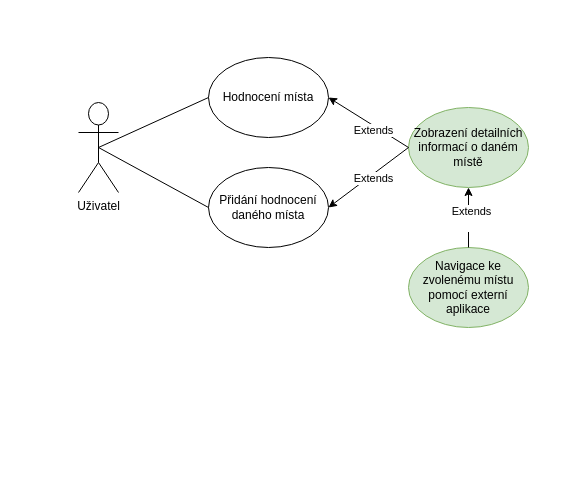
euroklicenka/euroklicenka keeps this draw.io diagram as Diagramy/EuroKlíčenka - Use Case - Hodnocení míst.drawio. Above is the earlier version. Source tidied: cells renumbered, new cells numbered last; positions are measured from the earlier drawing's top-left corner, leaving out a move shared by most shapes. Both pictures are drawn from the tidied source at 100%, with x=0, y=0 at pixel (78, 57).
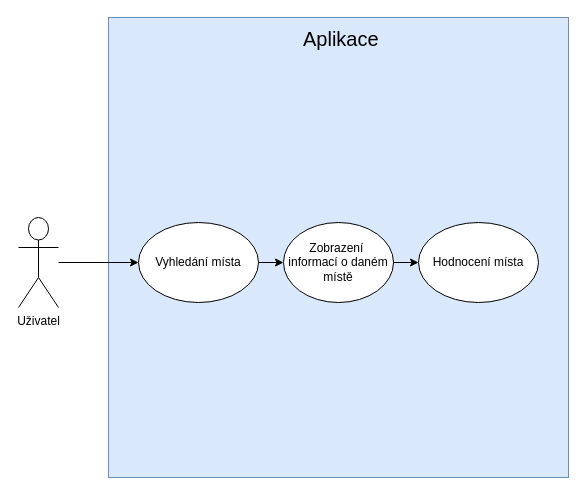
Above is the later version.

Diff of the diagram source:
```diff
@@
 <mxGraphModel>
   <root>
     <mxCell id="0" />
     <mxCell id="1" parent="0" />
+    <mxCell id="15" style="whiteSpace=wrap;html=1;fillColor=#dae8fc;strokeColor=#6c8ebf;" parent="1" vertex="1">
+      <mxGeometry x="30" y="-40" width="460" height="460" as="geometry" />
+    </mxCell>
+    <mxCell id="16" style="edgeStyle=orthogonalEdgeStyle;rounded=0;jettySize=auto;html=1;entryX=0;entryY=0.5;entryDx=0;entryDy=0;" parent="1" edge="1" source="2" target="17">
+      <mxGeometry relative="1" as="geometry" />
+    </mxCell>
     <mxCell id="2" value="Uživatel" style="shape=umlActor;verticalLabelPosition=bottom;verticalAlign=top;html=1;outlineConnect=0;" parent="1" vertex="1">
-      <mxGeometry y="45" width="40" height="90" as="geometry" />
+      <mxGeometry x="-60" y="160" width="40" height="90" as="geometry" />
     </mxCell>
+    <mxCell id="5" value="&lt;div&gt;Zobrazení&amp;nbsp; informací o daném místě&lt;/div&gt;" style="ellipse;whiteSpace=wrap;html=1;" parent="1" vertex="1">
+      <mxGeometry x="205" y="165" width="110" height="80" as="geometry" />
+    </mxCell>
+    <mxCell id="17" value="Vyhledání místa" style="ellipse;whiteSpace=wrap;html=1;" parent="1" vertex="1">
+      <mxGeometry x="60" y="165" width="120" height="80" as="geometry" />
+    </mxCell>
+    <mxCell id="18" value="&lt;font style=&quot;font-size: 20px;&quot;&gt;Aplikace&lt;/font&gt;" style="text;html=1;strokeColor=none;fillColor=none;spacing=5;spacingTop=-20;whiteSpace=wrap;overflow=hidden;rounded=0;" parent="1" vertex="1">
+      <mxGeometry x="220" y="-20" width="100" height="20" as="geometry" />
+    </mxCell>
+    <mxCell id="19" style="endArrow=classic;html=1;rounded=0;entryX=0;entryY=0.5;entryDx=0;entryDy=0;exitX=1;exitY=0.5;exitDx=0;exitDy=0;" parent="1" edge="1" source="17" target="5">
+      <mxGeometry relative="1" as="geometry" />
+    </mxCell>
+    <mxCell id="9" style="endArrow=classic;html=1;rounded=0;entryX=0;entryY=0.5;entryDx=0;entryDy=0;exitX=1;exitY=0.5;exitDx=0;exitDy=0;" parent="1" edge="1" source="5" target="3">
+      <mxGeometry relative="1" as="geometry" />
+    </mxCell>
     <mxCell id="3" value="Hodnocení místa" style="ellipse;whiteSpace=wrap;html=1;" parent="1" vertex="1">
-      <mxGeometry x="130" width="120" height="80" as="geometry" />
+      <mxGeometry x="340" y="165" width="120" height="80" as="geometry" />
     </mxCell>
-    <mxCell id="4" value="Přidání hodnocení daného místa" style="ellipse;whiteSpace=wrap;html=1;" parent="1" vertex="1">
-      <mxGeometry x="130" y="110" width="120" height="80" as="geometry" />
-    </mxCell>
-    <mxCell id="5" value="Zobrazení detailních informací o daném místě" style="ellipse;whiteSpace=wrap;html=1;fillColor=#d5e8d4;strokeColor=#82b366;" parent="1" vertex="1">
-      <mxGeometry x="330" y="50" width="120" height="80" as="geometry" />
-    </mxCell>
-    <mxCell id="6" value="Navigace ke zvolenému místu pomocí externí aplikace" style="ellipse;whiteSpace=wrap;html=1;fillColor=#d5e8d4;strokeColor=#82b366;" parent="1" vertex="1">
-      <mxGeometry x="330" y="190" width="120" height="80" as="geometry" />
-    </mxCell>
-    <mxCell id="7" style="endArrow=none;html=1;rounded=0;exitX=0.5;exitY=0.5;exitDx=0;exitDy=0;exitPerimeter=0;entryX=0;entryY=0.5;entryDx=0;entryDy=0;" parent="1" edge="1" source="2" target="3">
-      <mxGeometry relative="1" as="geometry" />
-    </mxCell>
-    <mxCell id="8" style="endArrow=none;html=1;rounded=0;exitX=0.5;exitY=0.5;exitDx=0;exitDy=0;exitPerimeter=0;entryX=0;entryY=0.5;entryDx=0;entryDy=0;" parent="1" edge="1" source="2" target="4">
-      <mxGeometry relative="1" as="geometry" />
-    </mxCell>
-    <mxCell id="9" style="endArrow=classic;html=1;rounded=0;entryX=1;entryY=0.5;entryDx=0;entryDy=0;exitX=0;exitY=0.5;exitDx=0;exitDy=0;" parent="1" edge="1" source="5" target="3">
-      <mxGeometry relative="1" as="geometry" />
-    </mxCell>
-    <mxCell id="10" value="Extends" style="edgeLabel;html=1;align=center;verticalAlign=middle;" parent="9" vertex="1">
-      <mxGeometry x="-0.18" y="4" relative="1" as="geometry" />
-    </mxCell>
-    <mxCell id="11" style="endArrow=classic;html=1;rounded=0;exitX=0;exitY=0.5;exitDx=0;exitDy=0;entryX=1;entryY=0.5;entryDx=0;entryDy=0;" parent="1" edge="1" source="5" target="4">
-      <mxGeometry relative="1" as="geometry" />
-    </mxCell>
-    <mxCell id="12" value="Extends" style="edgeLabel;html=1;align=center;verticalAlign=middle;" parent="11" vertex="1">
-      <mxGeometry x="-0.12" y="7" relative="1" as="geometry">
-        <mxPoint x="-5" y="-2" as="offset" />
-      </mxGeometry>
-    </mxCell>
-    <mxCell id="13" style="endArrow=classic;html=1;rounded=0;entryX=0.5;entryY=1;entryDx=0;entryDy=0;exitX=0.5;exitY=0;exitDx=0;exitDy=0;" parent="1" edge="1" source="6" target="5">
-      <mxGeometry relative="1" as="geometry" />
-    </mxCell>
-    <mxCell id="14" value="&lt;div&gt;Extends&lt;/div&gt;&lt;div&gt;&lt;br&gt;&lt;/div&gt;" style="edgeLabel;html=1;align=center;verticalAlign=middle;" parent="13" vertex="1">
-      <mxGeometry y="-2" relative="1" as="geometry" />
-    </mxCell>
+    <mxCell id="20" style="edgeStyle=orthogonalEdgeStyle;rounded=0;orthogonalLoop=1;jettySize=auto;html=1;exitX=0.5;exitY=1;exitDx=0;exitDy=0;" parent="1" edge="1" source="3" target="3">
+      <mxGeometry relative="1" as="geometry" />
+    </mxCell>
+    <mxCell id="21" style="edgeStyle=orthogonalEdgeStyle;rounded=0;orthogonalLoop=1;jettySize=auto;html=1;exitX=0.5;exitY=1;exitDx=0;exitDy=0;" parent="1" edge="1" source="15" target="15">
+      <mxGeometry relative="1" as="geometry" />
+    </mxCell>
   </root>
 </mxGraphModel>
```
